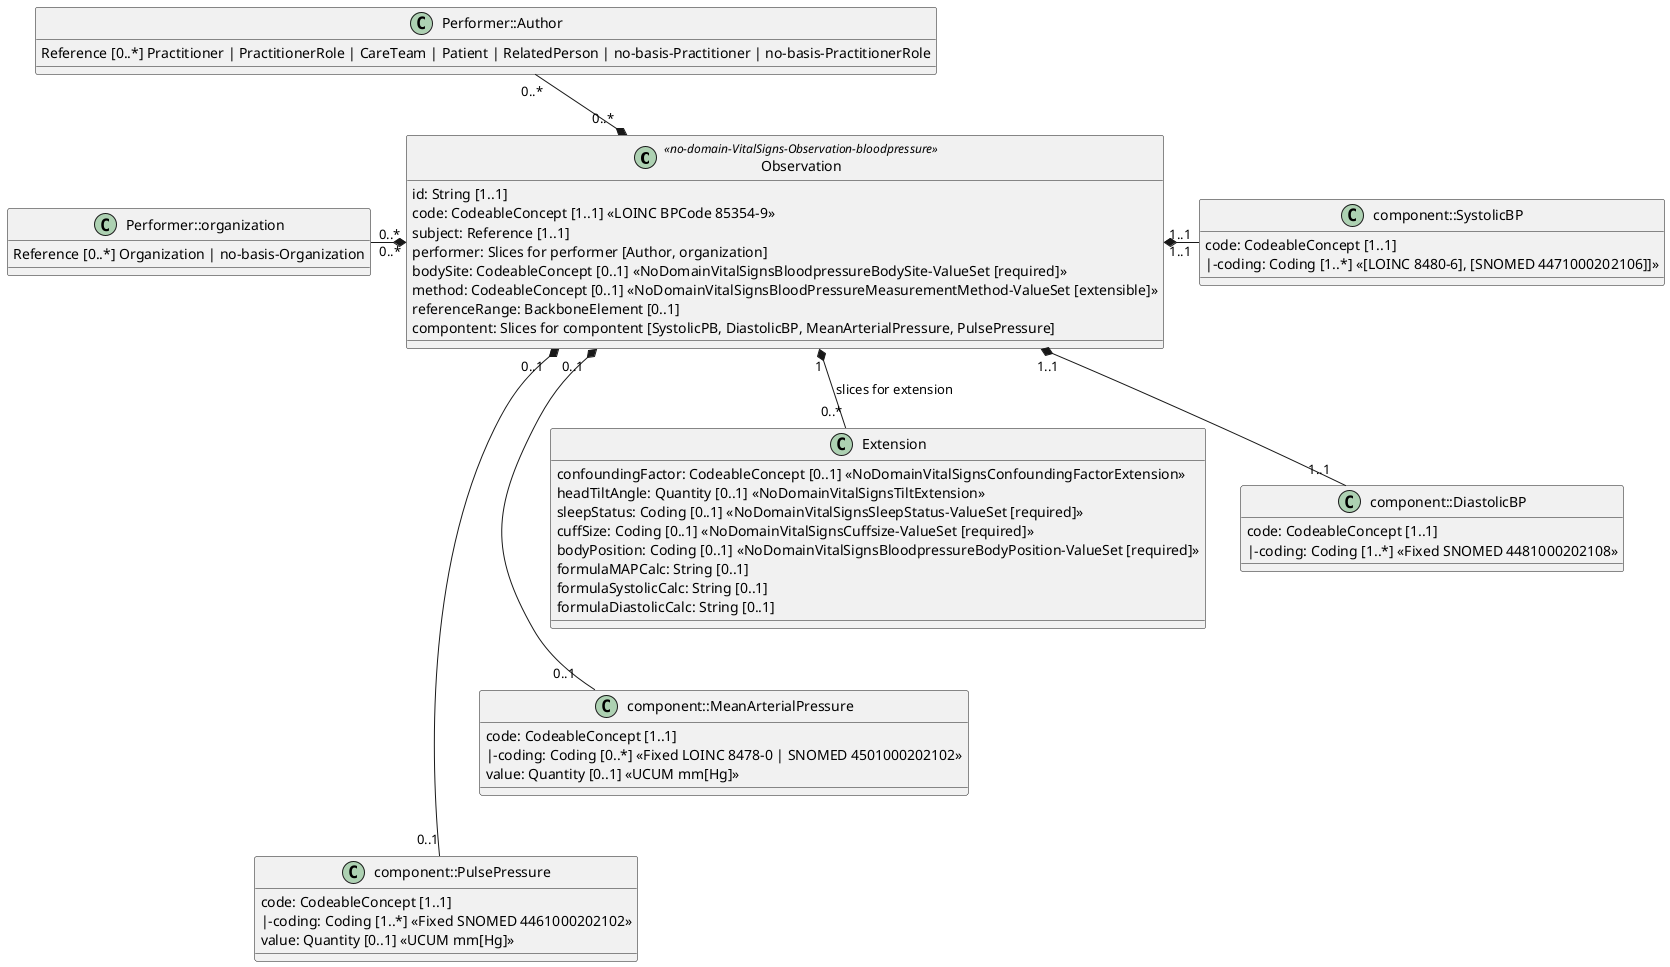
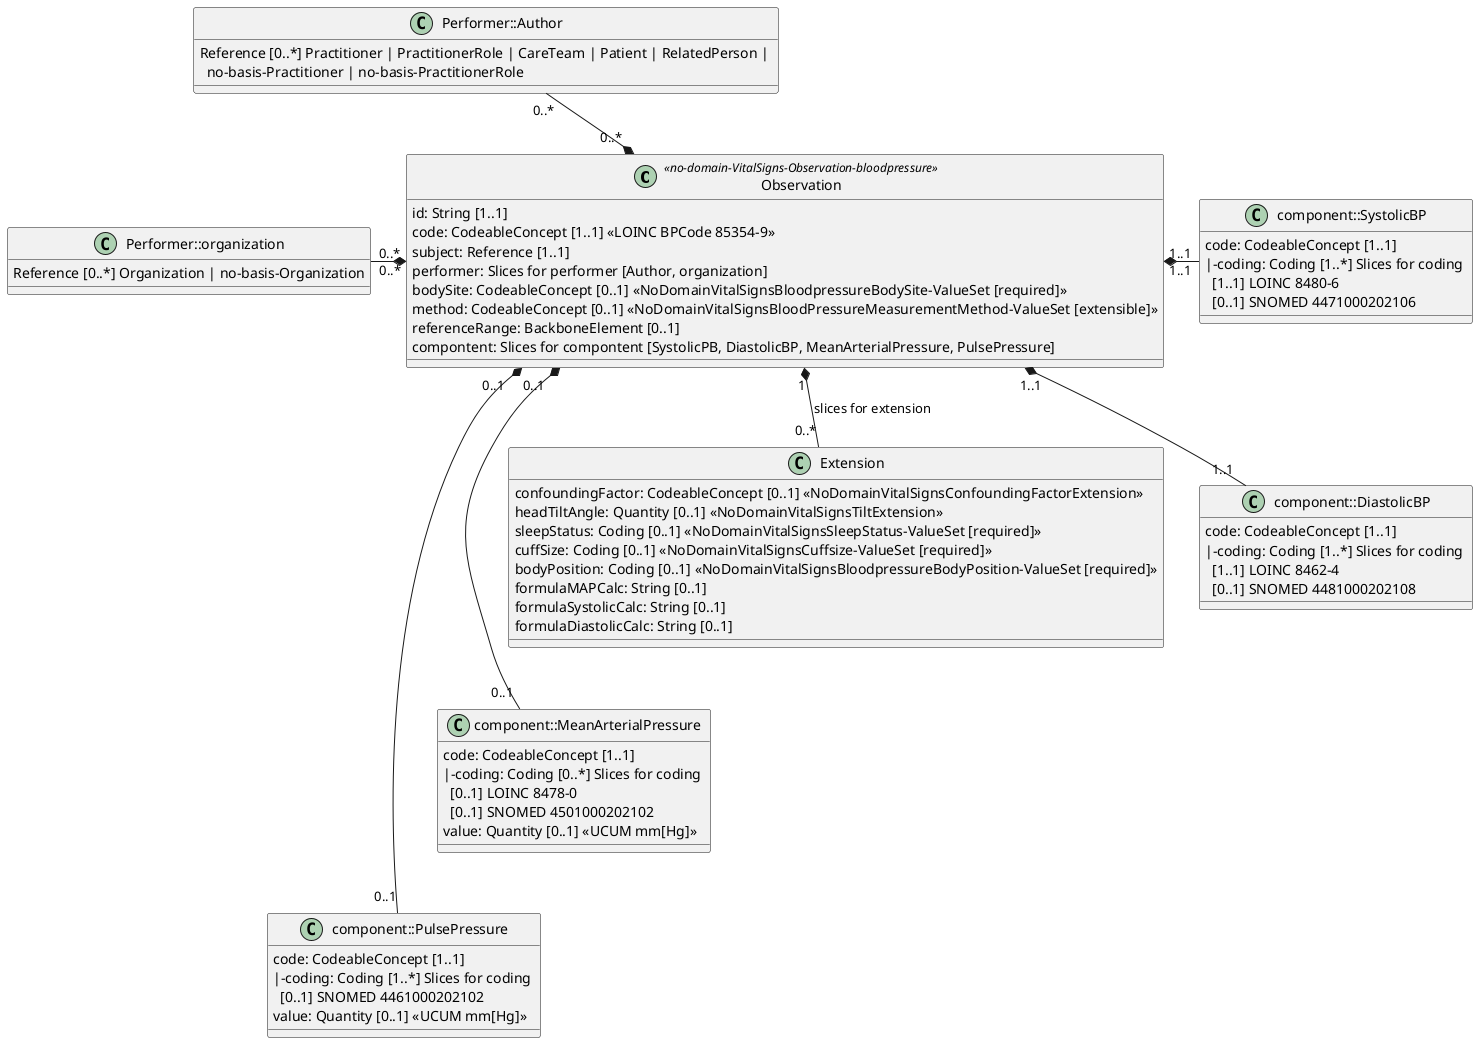
@startuml
' Hovedklasse Observation
class  Observation <<no-domain-VitalSigns-Observation-bloodpressure>> {
  id: String [1..1]
  'observation_bp: String [0..*] <<FHIR Blood Pressure Profile Norway>>
  code: CodeableConcept [1..1] <<LOINC BPCode 85354-9>>
  subject: Reference [1..1]
  performer: Slices for performer [Author, organization]
  bodySite: CodeableConcept [0..1] <<NoDomainVitalSignsBloodpressureBodySite-ValueSet [required]>>
  method: CodeableConcept [0..1] <<NoDomainVitalSignsBloodPressureMeasurementMethod-ValueSet [extensible]>>
  referenceRange: BackboneElement [0..1]
  compontent: Slices for compontent [SystolicPB, DiastolicBP, MeanArterialPressure, PulsePressure]
}

' Extension med slices
class Extension {
  confoundingFactor: CodeableConcept [0..1] <<NoDomainVitalSignsConfoundingFactorExtension>>
  headTiltAngle: Quantity [0..1] <<NoDomainVitalSignsTiltExtension>>
  sleepStatus: Coding [0..1] <<NoDomainVitalSignsSleepStatus-ValueSet [required]>>
  cuffSize: Coding [0..1] <<NoDomainVitalSignsCuffsize-ValueSet [required]>>
  bodyPosition: Coding [0..1] <<NoDomainVitalSignsBloodpressureBodyPosition-ValueSet [required]>>
  formulaMAPCalc: String [0..1]
  formulaSystolicCalc: String [0..1]
  formulaDiastolicCalc: String [0..1]
}

'class CodeableConcept {
'  coding: Coding [1..*]
'}

'class Coding {
'  system: URI [1..1]
'  code: String [1..1]
'}

class Performer::Author {
-   Reference [0..*] Practitioner | PractitionerRole | CareTeam | Patient | RelatedPerson | no-basis-Practitioner | no-basis-PractitionerRole
+   Reference [0..*] Practitioner | PractitionerRole | CareTeam | Patient | RelatedPerson | \n  no-basis-Practitioner | no-basis-PractitionerRole
}

class Performer::organization {
  Reference [0..*] Organization | no-basis-Organization
}

'class BodySite {
'  coding: Coding [0..*] <<NoDomainVitalSignsBloodpressureBodySite-ValueSet (required)>>
'}

'class Method {
'  coding: Coding [0..*] <<NoDomainVitalSignsBloodPressureMeasurementMethod-ValueSet (extensible)>>
'}

class component::SystolicBP {
  code: CodeableConcept [1..1]
-   |-coding: Coding [1..*] <<[LOINC 8480-6], [SNOMED 4471000202106]]>>
+   |-coding: Coding [1..*] Slices for coding \n  [1..1] LOINC 8480-6 \n  [0..1] SNOMED 4471000202106
}

class component::DiastolicBP {
  code: CodeableConcept [1..1]
-   |-coding: Coding [1..*] <<Fixed SNOMED 4481000202108>>
+   |-coding: Coding [1..*] Slices for coding \n  [1..1] LOINC 8462-4\n  [0..1] SNOMED 4481000202108
}

class component::MeanArterialPressure {
  code: CodeableConcept [1..1]
-   |-coding: Coding [0..*] <<Fixed LOINC 8478-0 | SNOMED 4501000202102>>
+   |-coding: Coding [0..*] Slices for coding \n  [0..1] LOINC 8478-0 \n  [0..1] SNOMED 4501000202102
  value: Quantity [0..1] <<UCUM mm[Hg]>>
}

class component::PulsePressure {
  code: CodeableConcept [1..1]
-   |-coding: Coding [1..*] <<Fixed SNOMED 4461000202102>>
+   |-coding: Coding [1..*] Slices for coding \n  [0..1] SNOMED 4461000202102
  value: Quantity [0..1] <<UCUM mm[Hg]>>
}

' Relasjoner
'Observation "0..*" *-- "0..*" Extension
'Observation "1..1" *-- "1..1" Reference : subject
'Observation "0..*" *-- "0..*" Performer : performer
'Observation "0..1" *-- "0..1" BodySite
'Observation "0..1" *-- "0..1" Method

'Observation "1..1" *-- "1..1" SystolicBP : component
'Observation "1..1" *-- "1..1" DiastolicBP : component
'Observation "0..1" *-- "0..1" MeanArterialPressure : component
'Observation "0..1" *-- "0..1" PulsePressure : component

Observation "1" *-down- "0..*" Extension :slices for extension
Observation "0..*" *-left- "0..*" Performer::Author
Observation "0..*" *-left- "0..*" Performer::organization
Performer::Author -down[hidden]- Performer::organization
'Performer -[hidden]down- BodySite
'BodySite -[hidden]down- Method
'Method -[hidden]down- Extension
'Observation "0..1" *-left- "0..1" BodySite
'Observation "0..1" *-left- "0..1" Method
'Observation "0..*" *-right- "0..*" Component
'Component "1" *-- "1" CodeableConcept
'Component "1" *-- "1" Quantity
Observation "1..1" *-right- "1..1" component::SystolicBP
Observation "1..1" *-right- "1..1" component::DiastolicBP
Observation "0..1" *-right- "0..1" component::MeanArterialPressure
Observation "0..1" *-right- "0..1" component::PulsePressure
component::SystolicBP -[hidden]down- component::DiastolicBP
component::DiastolicBP -[hidden]down- component::MeanArterialPressure
component::MeanArterialPressure -[hidden]down- component::PulsePressure
'SystolicBP "1" *-right- "1" CodeableConcept
'SystolicBP "1" *-right- "0..*" Coding
'DiastolicBP "1" *-right- "1" CodeableConcept
'DiastolicBP "1" *-right- "0..*" Coding
'MeanArterialPressure "1" *-right- "1" CodeableConcept
'MeanArterialPressure "1" *-right- "0..*" Coding
'PulsePressure "1" *-right- "1" CodeableConcept
'PulsePressure "1" *-right- "0..*" Coding

@enduml